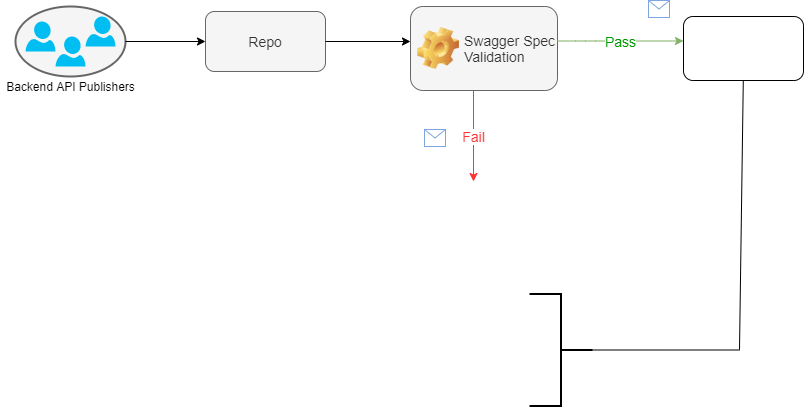
This is Untitled Diagram.png from joshhnaa/sample, a draw.io export, as it was before one commit. Source tidied: cells renumbered, new cells last; positions are measured from the earlier drawing's top-left corner, leaving out a move shared by most shapes.
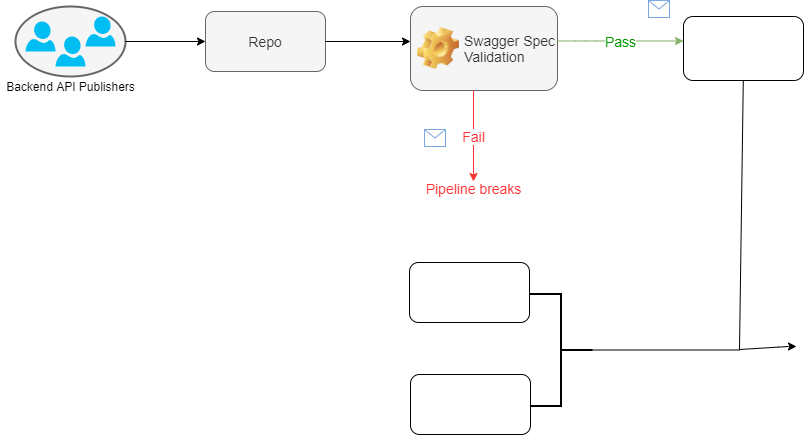
The same diagram one commit later.

What changed in the source:
```diff
@@ -82,5 +82,22 @@
     <mxCell id="21" style="line;strokeWidth=1;html=1;perimeter=backbonePerimeter;points=[];outlineConnect=0;fillColor=#FFFFFF;fontSize=14;fontColor=#FF3333;" parent="1" vertex="1">
       <mxGeometry x="585" y="346" width="154" height="7" as="geometry" />
     </mxCell>
+    <mxCell id="22" style="rounded=1;whiteSpace=wrap;html=1;strokeColor=#000000;strokeWidth=1;fillColor=#FFFFFF;fontSize=14;fontColor=#FF3333;" parent="1" vertex="1">
+      <mxGeometry x="409" y="262" width="120" height="60" as="geometry" />
+    </mxCell>
+    <mxCell id="23" style="rounded=1;whiteSpace=wrap;html=1;strokeColor=#000000;strokeWidth=1;fillColor=#FFFFFF;fontSize=14;fontColor=#FF3333;" parent="1" vertex="1">
+      <mxGeometry x="410" y="374" width="120" height="60" as="geometry" />
+    </mxCell>
+    <mxCell id="24" value="Pipeline breaks" style="text;html=1;align=center;verticalAlign=middle;fontSize=14;fontColor=#FF3333;" parent="1" vertex="1">
+      <mxGeometry x="420" y="174" width="105" height="28" as="geometry" />
+    </mxCell>
+    <mxCell id="25" style="endArrow=classic;html=1;strokeColor=#000000;fontSize=14;fontColor=#FF3333;" parent="1" edge="1" source="21">
+      <mxGeometry relative="1" as="geometry">
+        <mxPoint x="796" y="346" as="targetPoint" />
+        <Array as="points">
+          <mxPoint x="788" y="346" />
+        </Array>
+      </mxGeometry>
+    </mxCell>
   </root>
 </mxGraphModel>
```
